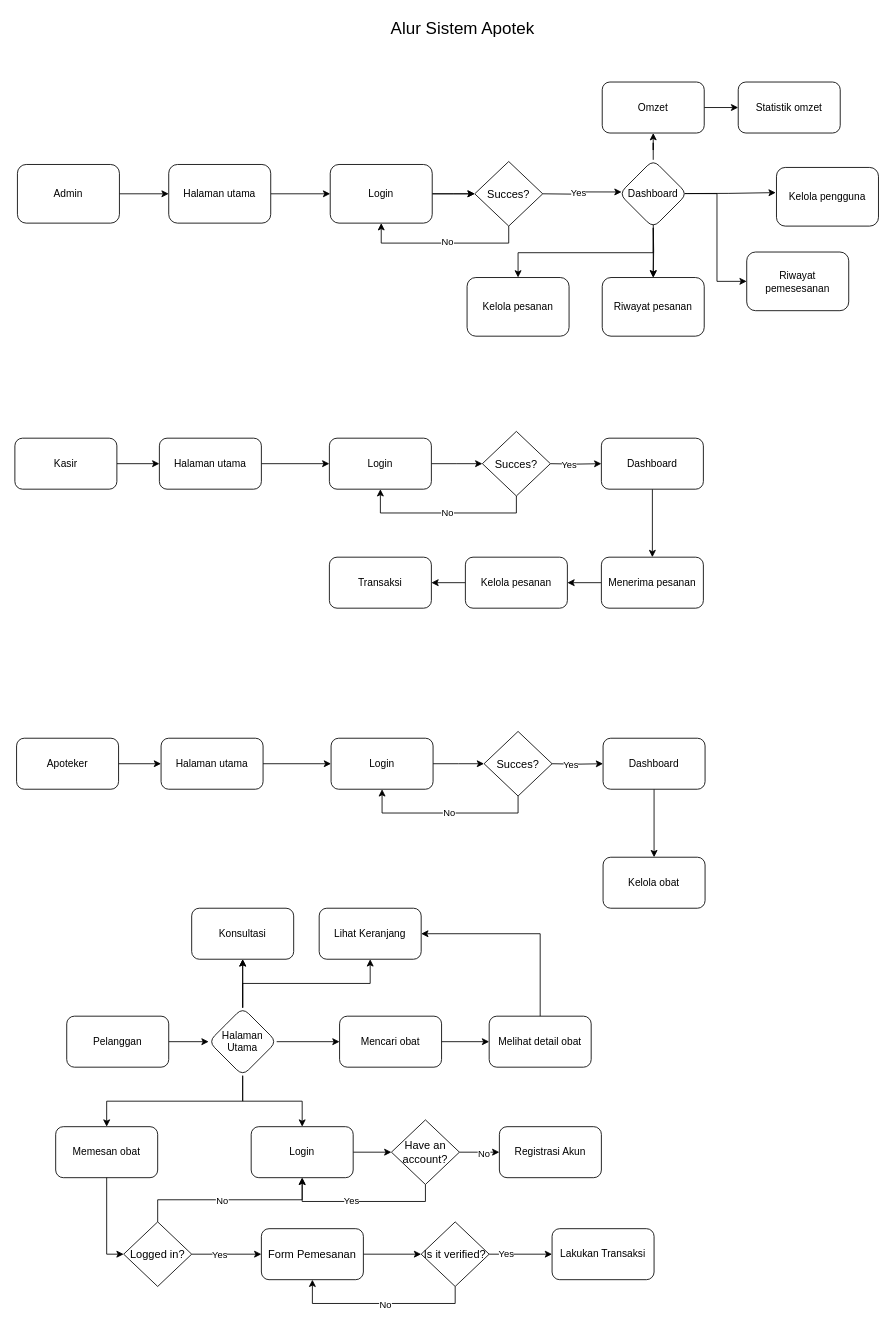
reezyee/apotek keeps this draw.io diagram as page "Alur" (1 of 3) of alur-apotek.drawio. Above is the earlier version. Source tidied: cells renumbered, new cells numbered last; positions are measured from the earlier drawing's top-left corner, leaving out a move shared by most shapes. Both pictures are drawn from the tidied source at 85%, with x=0, y=0 at pixel (14, 14).
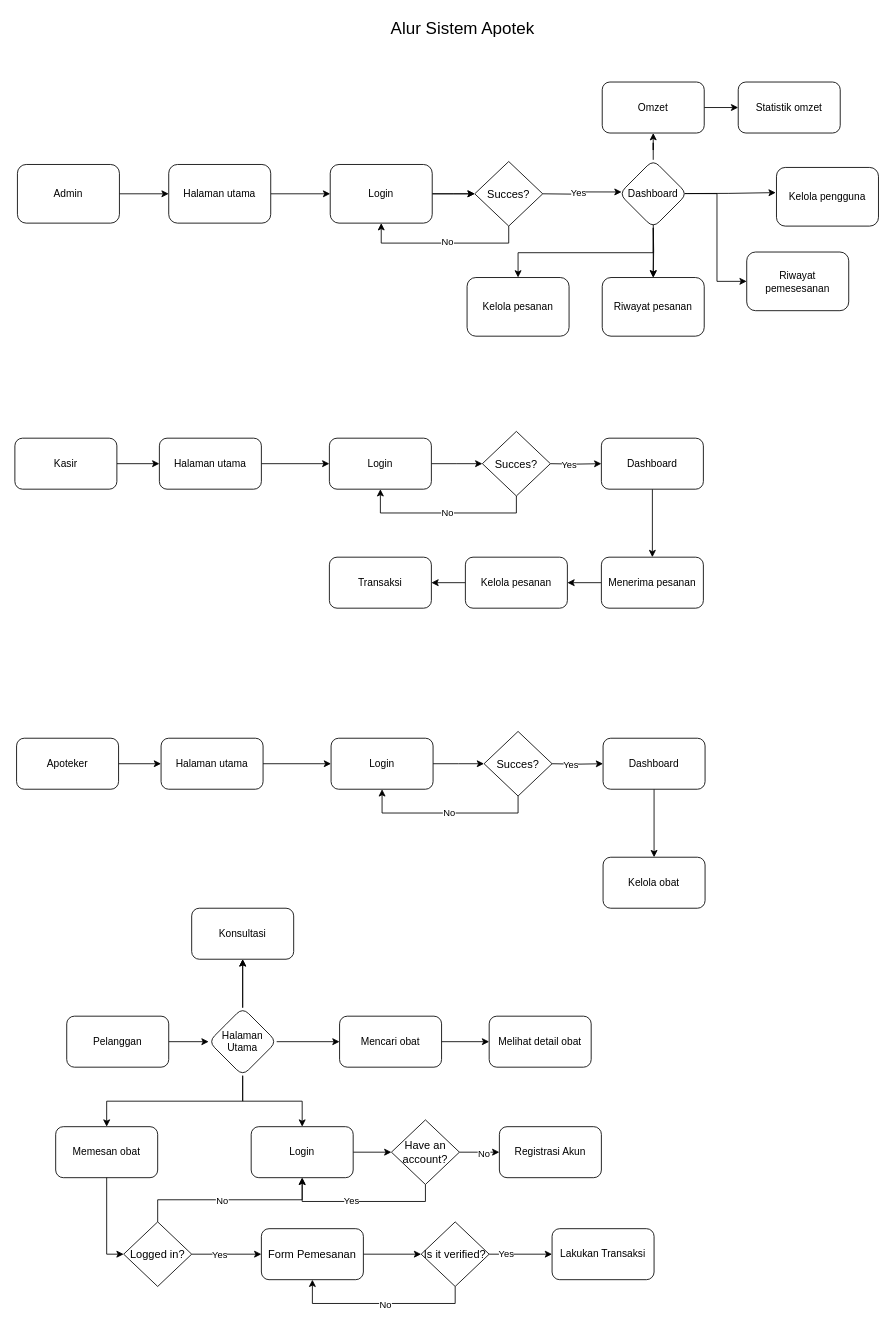
Above is the later version.

Unchanged cells that the change refers to:
```xml
<mxCell id="68" value="Melihat detail obat" style="rounded=1;whiteSpace=wrap;html=1;" parent="1" vertex="1">
  <mxGeometry x="558" y="1178" width="120" height="60" as="geometry" />
</mxCell>
<mxCell id="74" value="Halaman Utama" style="rhombus;whiteSpace=wrap;html=1;rounded=1;" parent="1" vertex="1">
  <mxGeometry x="228" y="1168" width="80" height="80" as="geometry" />
</mxCell>
```

What changed in the source:
```diff
@@
-    <mxCell id="67" style="edgeStyle=orthogonalEdgeStyle;rounded=0;jettySize=auto;html=1;exitX=0.5;exitY=0;exitDx=0;exitDy=0;entryX=1;entryY=0.5;entryDx=0;entryDy=0;" parent="1" edge="1" source="68" target="97">
-      <mxGeometry relative="1" as="geometry" />
-    </mxCell>
@@
-    <mxCell id="73" style="edgeStyle=orthogonalEdgeStyle;rounded=0;jettySize=auto;html=1;exitX=0.5;exitY=0;exitDx=0;exitDy=0;entryX=0.5;entryY=1;entryDx=0;entryDy=0;" parent="1" edge="1" source="74" target="97">
-      <mxGeometry relative="1" as="geometry" />
-    </mxCell>
@@
-    <mxCell id="97" value="Lihat Keranjang" style="whiteSpace=wrap;html=1;rounded=1;" parent="1" vertex="1">
-      <mxGeometry x="358" y="1051" width="120" height="60" as="geometry" />
-    </mxCell>
```
